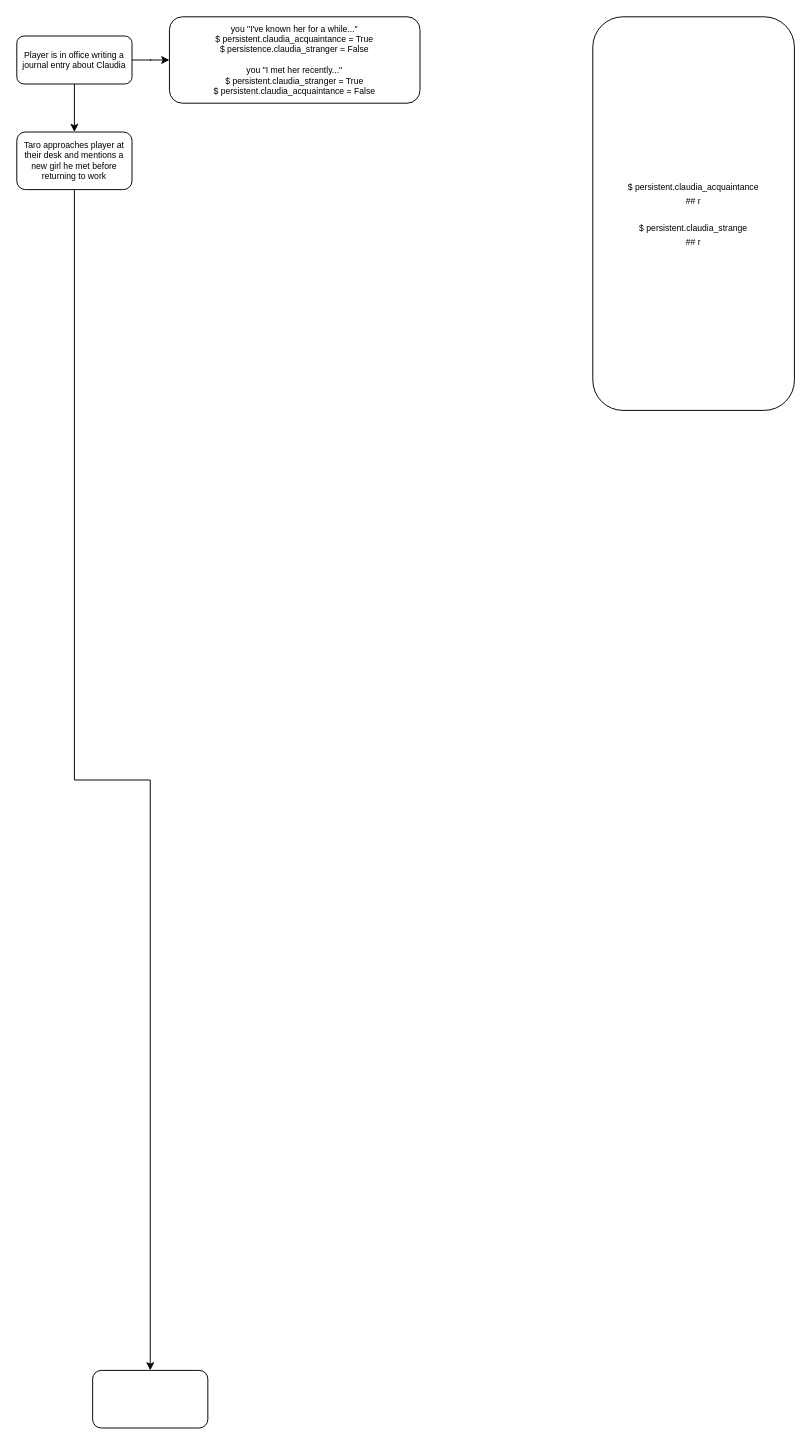
This is - RenPy/flowchart_storyline.drawio from L0veRaven/L0veRavenRenPy, a draw.io file, before an edit. Source tidied: cells renumbered, new cells numbered last; positions are measured from the earlier drawing's top-left corner, leaving out a move shared by most shapes. Both pictures are drawn from the tidied source at 96%, with x=0, y=0 at pixel (16, 16).
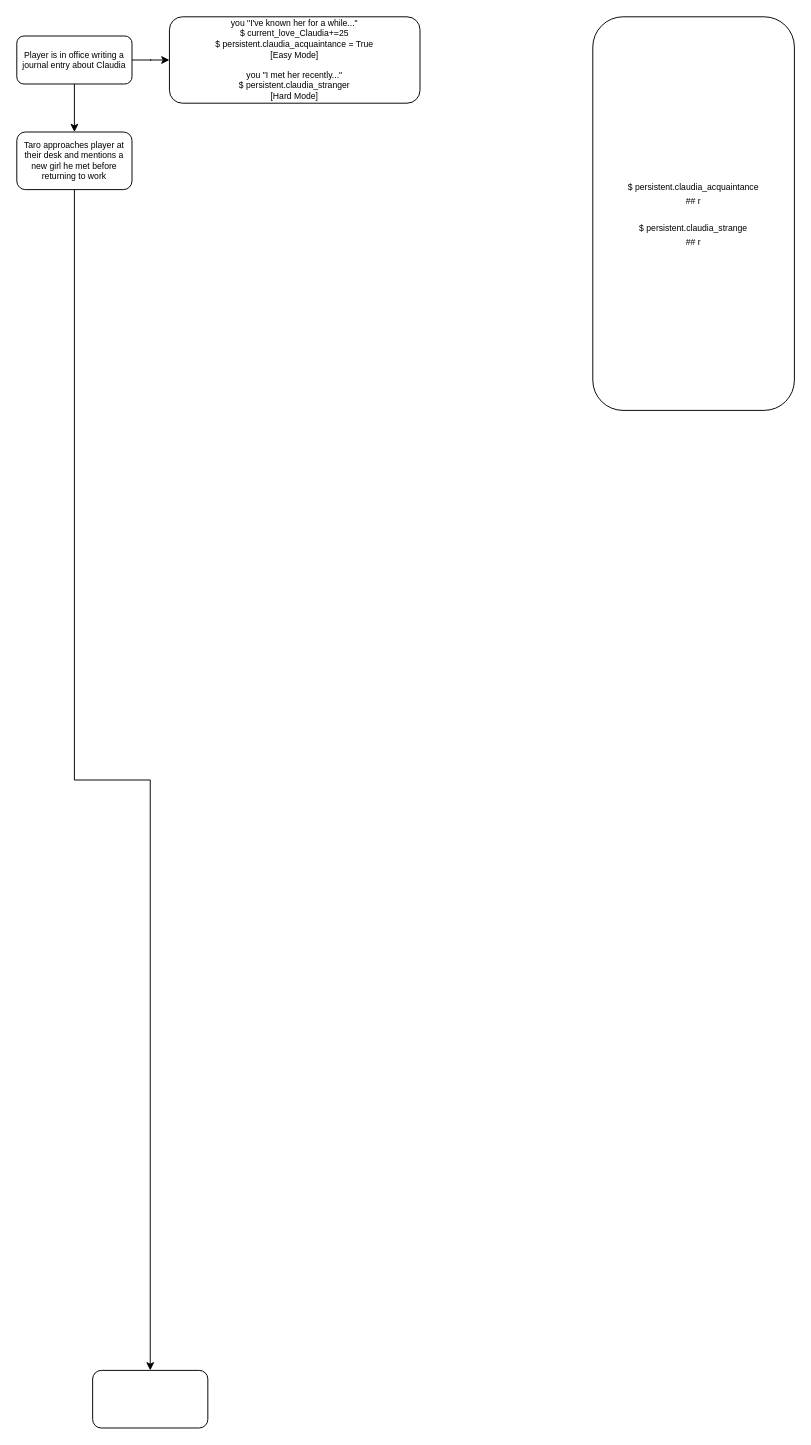
After the change.

The edit, as a diff of the source:
```diff
@@
 <mxGraphModel>
   <root>
     <mxCell id="0" />
     <mxCell id="1" parent="0" />
     <mxCell id="2" style="edgeStyle=orthogonalEdgeStyle;rounded=0;jettySize=auto;html=1;" parent="1" edge="1" source="3" target="8">
       <mxGeometry relative="1" as="geometry" />
     </mxCell>
     <mxCell id="3" value="&lt;div&gt;Player is in office writing a journal entry about Claudia&lt;/div&gt;" style="rounded=1;whiteSpace=wrap;html=1;fontSize=9;glass=0;strokeWidth=1;shadow=0;" parent="1" vertex="1">
       <mxGeometry y="20" width="120" height="50" as="geometry" />
     </mxCell>
     <mxCell id="4" style="edgeStyle=orthogonalEdgeStyle;rounded=0;jettySize=auto;html=1;" parent="1" edge="1" source="5" target="6">
       <mxGeometry relative="1" as="geometry" />
     </mxCell>
     <mxCell id="5" value="Taro approaches player at their desk and mentions a new girl he met before returning to work" style="whiteSpace=wrap;html=1;fontSize=9;rounded=1;glass=0;strokeWidth=1;shadow=0;" parent="1" vertex="1">
       <mxGeometry y="120" width="120" height="60" as="geometry" />
     </mxCell>
     <mxCell id="6" style="whiteSpace=wrap;html=1;fontSize=9;rounded=1;glass=0;strokeWidth=1;shadow=0;" parent="1" vertex="1">
       <mxGeometry x="79" y="1410" width="120" height="60" as="geometry" />
     </mxCell>
     <mxCell id="7" style="edgeStyle=orthogonalEdgeStyle;rounded=0;jettySize=auto;html=1;entryX=0.5;entryY=0;entryDx=0;entryDy=0;exitX=0.5;exitY=1;exitDx=0;exitDy=0;" parent="1" edge="1" source="3" target="5">
       <mxGeometry relative="1" as="geometry" />
     </mxCell>
-    <mxCell id="8" value="&lt;div&gt;you &quot;I've known her for a while...&quot;&lt;/div&gt;&lt;div&gt;$ persistent.claudia_acquaintance = True&lt;br&gt;$ persistence.claudia_stranger = False&lt;/div&gt;&lt;br&gt;&lt;div&gt;you &quot;I met her recently...&quot;&lt;/div&gt;&lt;div&gt;$ persistent.claudia_stranger = True&lt;/div&gt;&lt;div&gt;$ persistent.claudia_acquaintance = False&lt;/div&gt;" style="square;whiteSpace=wrap;html=1;fontSize=9;rounded=1;glass=0;strokeWidth=1;shadow=0;" parent="1" vertex="1">
+    <mxCell id="8" value="&lt;div&gt;you &quot;I've known her for a while...&quot;&lt;/div&gt;&lt;div&gt;$ current_love_Claudia+=25&lt;br&gt;$ persistent.claudia_acquaintance = True&lt;br&gt;[Easy Mode]&lt;/div&gt;&lt;br&gt;&lt;div&gt;you &quot;I met her recently...&quot;&lt;br&gt;$ persistent.claudia_stranger&lt;br&gt;[Hard Mode]&lt;/div&gt;" style="square;whiteSpace=wrap;html=1;fontSize=9;rounded=1;glass=0;strokeWidth=1;shadow=0;" parent="1" vertex="1">
       <mxGeometry x="159" width="261" height="90" as="geometry" />
     </mxCell>
     <mxCell id="9" value="&lt;div&gt;&lt;font style=&quot;font-size: 9px;&quot;&gt;$ persistent.claudia_acquaintance&lt;/font&gt;&lt;/div&gt;&lt;div&gt;&lt;font style=&quot;font-size: 9px;&quot;&gt;## r&lt;/font&gt;&lt;/div&gt;&lt;div&gt;&lt;font style=&quot;font-size: 9px;&quot;&gt;&lt;br&gt;&lt;/font&gt;&lt;/div&gt;&lt;div&gt;&lt;font style=&quot;font-size: 9px;&quot;&gt;$ persistent.&lt;/font&gt;&lt;font style=&quot;font-size: 9px;&quot;&gt;claudia_strange&lt;/font&gt;&lt;/div&gt;&lt;div&gt;&lt;font style=&quot;font-size: 9px;&quot;&gt;## r&lt;/font&gt;&lt;/div&gt;" style="rounded=1;whiteSpace=wrap;html=1;" parent="1" vertex="1">
       <mxGeometry x="600" width="210" height="410" as="geometry" />
     </mxCell>
   </root>
 </mxGraphModel>
```
